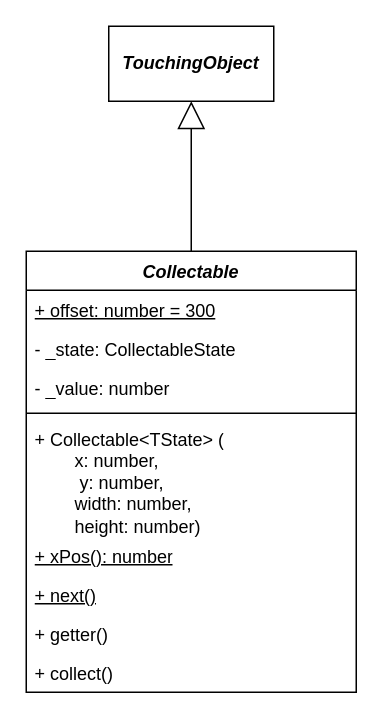
Before: docs/issue/78-diagram.drawio in elma1989/el-pollo-loco, a draw.io diagram. Source tidied: cells renumbered, new cells numbered last; positions are measured from the earlier drawing's top-left corner, leaving out a move shared by most shapes. Both pictures are drawn from the tidied source at 150%, with x=0, y=0 at pixel (26, 26).
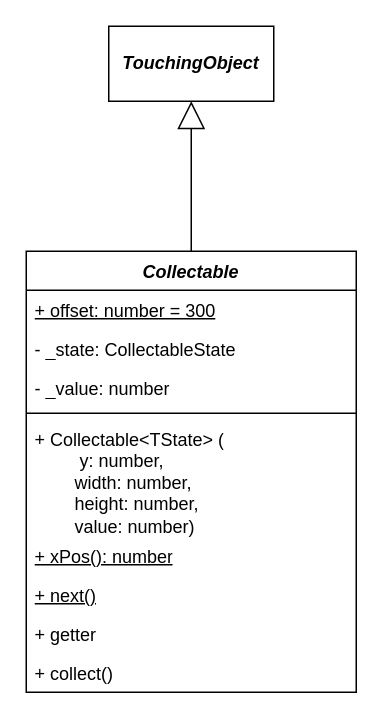
After the change.

Change to the diagram source:
```diff
@@
 <mxGraphModel>
   <root>
     <mxCell id="0" />
     <mxCell id="1" parent="0" />
     <mxCell id="2" value="Collectable" style="swimlane;fontStyle=3;align=center;verticalAlign=top;horizontal=1;startSize=26;whiteSpace=wrap;html=1;" parent="1" vertex="1">
       <mxGeometry y="150" width="220" height="294" as="geometry" />
     </mxCell>
     <mxCell id="3" value="+ offset: number = 300" style="text;strokeColor=none;fillColor=none;align=left;verticalAlign=top;spacingLeft=4;spacingRight=4;overflow=hidden;whiteSpace=wrap;html=1;fontStyle=4;" parent="2" vertex="1">
       <mxGeometry y="26" width="220" height="26" as="geometry" />
     </mxCell>
     <mxCell id="4" value="- _state: CollectableState" style="text;strokeColor=none;fillColor=none;align=left;verticalAlign=top;spacingLeft=4;spacingRight=4;overflow=hidden;whiteSpace=wrap;html=1;" parent="2" vertex="1">
       <mxGeometry y="52" width="220" height="26" as="geometry" />
     </mxCell>
     <mxCell id="5" value="- _value: number" style="text;strokeColor=none;fillColor=none;align=left;verticalAlign=top;spacingLeft=4;spacingRight=4;overflow=hidden;whiteSpace=wrap;html=1;" parent="2" vertex="1">
       <mxGeometry y="78" width="220" height="26" as="geometry" />
     </mxCell>
     <mxCell id="6" style="line;strokeWidth=1;fillColor=none;align=left;verticalAlign=middle;spacingTop=-1;spacingLeft=3;spacingRight=3;labelPosition=right;strokeColor=inherit;" parent="2" vertex="1">
       <mxGeometry y="104" width="220" height="8" as="geometry" />
     </mxCell>
-    <mxCell id="7" value="+ Collectable&amp;lt;TState&amp;gt; (&lt;div&gt;&lt;span style=&quot;white-space: pre;&quot;&gt;&#9;&lt;/span&gt;x: number,&lt;br&gt;&lt;div&gt;&lt;span style=&quot;background-color: transparent; color: light-dark(rgb(0, 0, 0), rgb(255, 255, 255));&quot;&gt;&lt;span style=&quot;white-space: pre;&quot;&gt;&#9;&lt;/span&gt;&amp;nbsp;y: number,&lt;/span&gt;&lt;/div&gt;&lt;div&gt;&lt;span style=&quot;background-color: transparent; color: light-dark(rgb(0, 0, 0), rgb(255, 255, 255));&quot;&gt;&lt;span style=&quot;white-space: pre;&quot;&gt;&#9;&lt;/span&gt;width: number,&lt;/span&gt;&lt;/div&gt;&lt;div&gt;&lt;span style=&quot;background-color: transparent; color: light-dark(rgb(0, 0, 0), rgb(255, 255, 255));&quot;&gt;&lt;span style=&quot;white-space: pre;&quot;&gt;&#9;&lt;/span&gt;height: number)&lt;br&gt;&lt;/span&gt;&lt;/div&gt;&lt;/div&gt;" style="text;strokeColor=none;fillColor=none;align=left;verticalAlign=top;spacingLeft=4;spacingRight=4;overflow=hidden;whiteSpace=wrap;html=1;" parent="2" vertex="1">
+    <mxCell id="7" value="+ Collectable&amp;lt;TState&amp;gt; (&lt;div&gt;&lt;span style=&quot;white-space: pre;&quot;&gt;&#9;&lt;/span&gt;&lt;span style=&quot;background-color: transparent; color: light-dark(rgb(0, 0, 0), rgb(255, 255, 255));&quot;&gt;&amp;nbsp;y: number,&lt;/span&gt;&lt;div&gt;&lt;span style=&quot;background-color: transparent; color: light-dark(rgb(0, 0, 0), rgb(255, 255, 255));&quot;&gt;&lt;span style=&quot;white-space: pre;&quot;&gt;&#9;&lt;/span&gt;width: number,&lt;/span&gt;&lt;/div&gt;&lt;div&gt;&lt;span style=&quot;background-color: transparent; color: light-dark(rgb(0, 0, 0), rgb(255, 255, 255));&quot;&gt;&lt;span style=&quot;white-space: pre;&quot;&gt;&#9;&lt;/span&gt;height: number,&lt;/span&gt;&lt;/div&gt;&lt;div&gt;&lt;span style=&quot;background-color: transparent; color: light-dark(rgb(0, 0, 0), rgb(255, 255, 255));&quot;&gt;&lt;span style=&quot;white-space: pre;&quot;&gt;&#9;&lt;/span&gt;value: number)&lt;br&gt;&lt;/span&gt;&lt;/div&gt;&lt;/div&gt;" style="text;strokeColor=none;fillColor=none;align=left;verticalAlign=top;spacingLeft=4;spacingRight=4;overflow=hidden;whiteSpace=wrap;html=1;" parent="2" vertex="1">
       <mxGeometry y="112" width="220" height="78" as="geometry" />
     </mxCell>
     <mxCell id="8" value="+ xPos(): number" style="text;strokeColor=none;fillColor=none;align=left;verticalAlign=top;spacingLeft=4;spacingRight=4;overflow=hidden;whiteSpace=wrap;html=1;fontStyle=4;" parent="2" vertex="1">
       <mxGeometry y="190" width="220" height="26" as="geometry" />
     </mxCell>
     <mxCell id="9" value="+ next()" style="text;strokeColor=none;fillColor=none;align=left;verticalAlign=top;spacingLeft=4;spacingRight=4;overflow=hidden;whiteSpace=wrap;html=1;fontStyle=4;" parent="2" vertex="1">
       <mxGeometry y="216" width="220" height="26" as="geometry" />
     </mxCell>
-    <mxCell id="10" value="+ getter()" style="text;strokeColor=none;fillColor=none;align=left;verticalAlign=top;spacingLeft=4;spacingRight=4;overflow=hidden;whiteSpace=wrap;html=1;" parent="2" vertex="1">
+    <mxCell id="10" value="+ getter" style="text;strokeColor=none;fillColor=none;align=left;verticalAlign=top;spacingLeft=4;spacingRight=4;overflow=hidden;whiteSpace=wrap;html=1;" parent="2" vertex="1">
       <mxGeometry y="242" width="220" height="26" as="geometry" />
     </mxCell>
     <mxCell id="11" value="+ collect()" style="text;strokeColor=none;fillColor=none;align=left;verticalAlign=top;spacingLeft=4;spacingRight=4;overflow=hidden;whiteSpace=wrap;html=1;" parent="2" vertex="1">
       <mxGeometry y="268" width="220" height="26" as="geometry" />
     </mxCell>
     <mxCell id="12" value="TouchingObject" style="html=1;whiteSpace=wrap;fontStyle=3;" parent="1" vertex="1">
       <mxGeometry x="55" width="110" height="50" as="geometry" />
     </mxCell>
     <mxCell id="13" style="endArrow=block;endSize=16;endFill=0;html=1;rounded=0;" parent="1" edge="1" source="2" target="12">
       <mxGeometry relative="1" as="geometry" />
     </mxCell>
   </root>
 </mxGraphModel>
```
